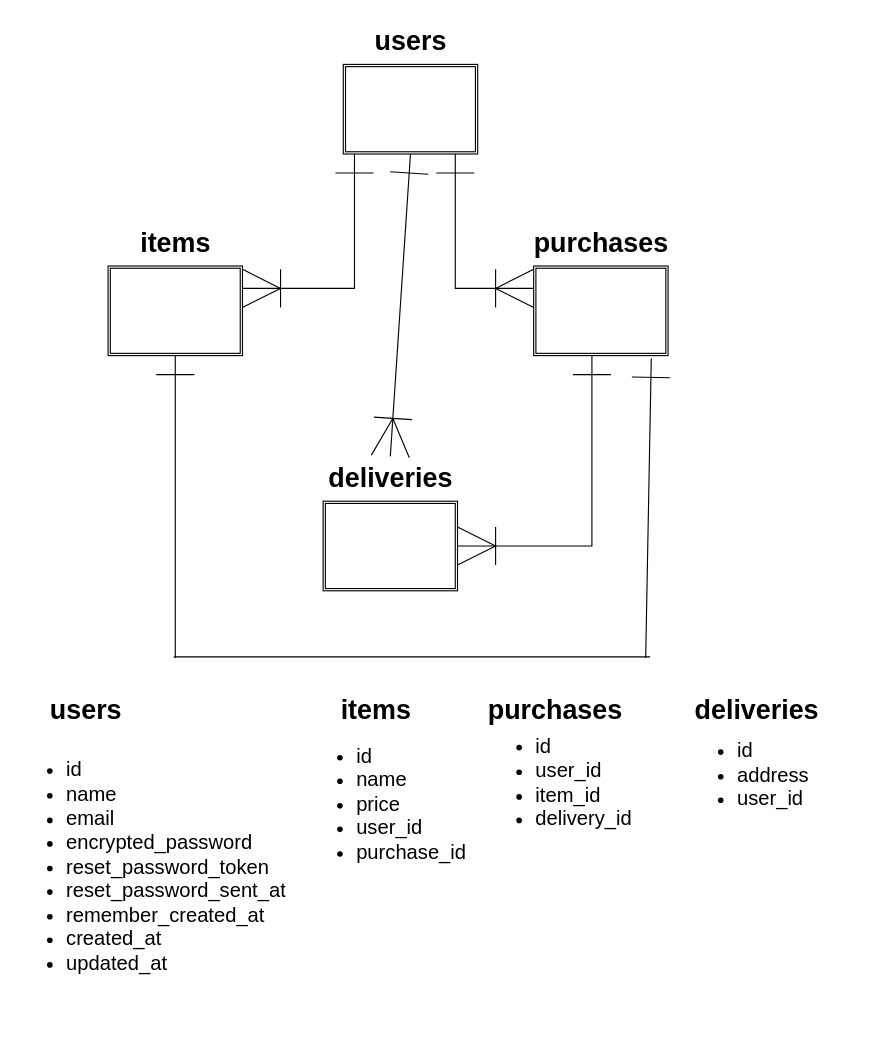
This is db/er.dio from roundshape/furima-40408, a draw.io file, before an edit. Source tidied: cells renumbered, new cells numbered last; positions are measured from the earlier drawing's top-left corner, leaving out a move shared by most shapes. Both pictures are drawn from the tidied source at 112%, with x=0, y=0 at pixel (19, 19).
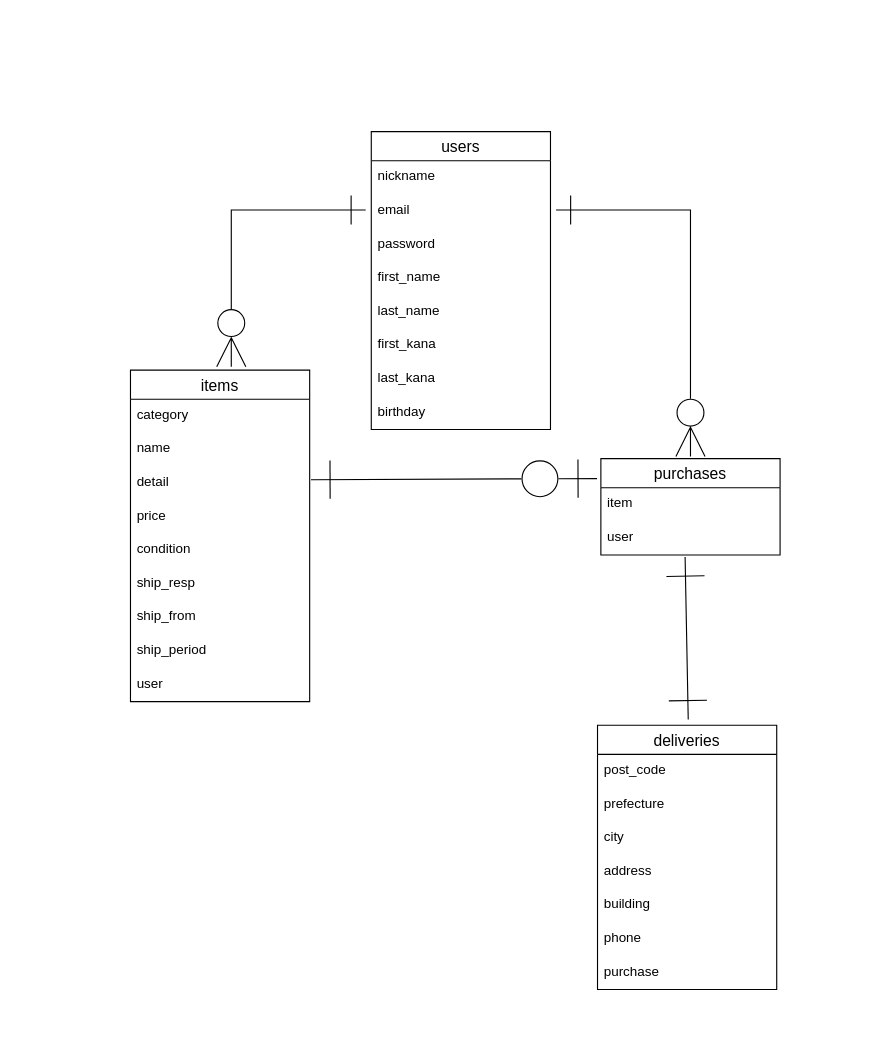
After the change.

Commit message (it also covers changes not shown here):
ER図とREADME.mdの修正

What changed in the source:
```diff
@@
-    <mxCell id="2" style="shape=ext;double=1;rounded=0;whiteSpace=wrap;html=1;" parent="1" vertex="1">
-      <mxGeometry x="289" y="40" width="120" height="80" as="geometry" />
-    </mxCell>
-    <mxCell id="3" value="users" style="text;strokeColor=none;fillColor=none;html=1;fontSize=24;fontStyle=1;verticalAlign=middle;align=center;" parent="1" vertex="1">
-      <mxGeometry x="299" width="100" height="40" as="geometry" />
-    </mxCell>
-    <mxCell id="4" style="shape=ext;double=1;rounded=0;whiteSpace=wrap;html=1;" parent="1" vertex="1">
-      <mxGeometry x="79" y="220" width="120" height="80" as="geometry" />
-    </mxCell>
-    <mxCell id="5" value="items" style="text;strokeColor=none;fillColor=none;html=1;fontSize=24;fontStyle=1;verticalAlign=middle;align=center;" parent="1" vertex="1">
-      <mxGeometry x="89" y="180" width="100" height="40" as="geometry" />
-    </mxCell>
-    <mxCell id="6" style="shape=ext;double=1;rounded=0;whiteSpace=wrap;html=1;" parent="1" vertex="1">
-      <mxGeometry x="459" y="220" width="120" height="80" as="geometry" />
-    </mxCell>
-    <mxCell id="7" value="purchases" style="text;strokeColor=none;fillColor=none;html=1;fontSize=24;fontStyle=1;verticalAlign=middle;align=center;" parent="1" vertex="1">
-      <mxGeometry x="469" y="180" width="100" height="40" as="geometry" />
-    </mxCell>
-    <mxCell id="8" style="shape=ext;double=1;rounded=0;whiteSpace=wrap;html=1;" parent="1" vertex="1">
-      <mxGeometry x="271" y="430" width="120" height="80" as="geometry" />
-    </mxCell>
-    <mxCell id="9" value="deliveries" style="text;strokeColor=none;fillColor=none;html=1;fontSize=24;fontStyle=1;verticalAlign=middle;align=center;" parent="1" vertex="1">
-      <mxGeometry x="281" y="390" width="100" height="40" as="geometry" />
-    </mxCell>
-    <mxCell id="10" style="edgeStyle=segmentEdgeStyle;endArrow=ERone;html=1;curved=0;rounded=0;endSize=32;startSize=32;targetPerimeterSpacing=0;exitX=1;exitY=0.25;exitDx=0;exitDy=0;endFill=0;startArrow=ERoneToMany;startFill=0;" parent="1" edge="1" source="4">
-      <mxGeometry relative="1" as="geometry">
-        <mxPoint x="299" y="120" as="targetPoint" />
-      </mxGeometry>
-    </mxCell>
-    <mxCell id="11" style="endArrow=ERone;html=1;startSize=32;endSize=32;targetPerimeterSpacing=0;exitX=0.5;exitY=0;exitDx=0;exitDy=0;startArrow=ERoneToMany;startFill=0;endFill=0;" parent="1" edge="1" source="9">
+    <mxCell id="11" style="endArrow=ERzeroToOne;html=1;startSize=32;endSize=32;targetPerimeterSpacing=0;startArrow=ERone;startFill=0;endFill=0;entryX=-0.024;entryY=0.873;entryDx=0;entryDy=0;entryPerimeter=0;exitX=1.01;exitY=0.885;exitDx=0;exitDy=0;exitPerimeter=0;" parent="1" edge="1">
       <mxGeometry relative="1" as="geometry">
-        <mxPoint x="349" y="120" as="targetPoint" />
+        <mxPoint x="260.2" y="410.8" as="sourcePoint" />
+        <mxPoint x="515.6" y="409.8" as="targetPoint" />
       </mxGeometry>
     </mxCell>
-    <mxCell id="12" style="edgeStyle=segmentEdgeStyle;endArrow=ERone;html=1;curved=0;rounded=0;endSize=32;startSize=32;targetPerimeterSpacing=0;exitX=0;exitY=0.25;exitDx=0;exitDy=0;endFill=0;startArrow=ERoneToMany;startFill=0;" parent="1" edge="1" source="6">
-      <mxGeometry relative="1" as="geometry">
-        <mxPoint x="389" y="120" as="targetPoint" />
-      </mxGeometry>
-    </mxCell>
-    <mxCell id="13" style="edgeStyle=segmentEdgeStyle;endArrow=ERone;html=1;curved=0;rounded=0;endSize=32;startSize=32;targetPerimeterSpacing=0;exitX=1;exitY=0.5;exitDx=0;exitDy=0;endFill=0;startArrow=ERoneToMany;startFill=0;" parent="1" edge="1" source="8">
-      <mxGeometry relative="1" as="geometry">
-        <mxPoint x="511" y="300" as="targetPoint" />
-        <Array as="points">
-          <mxPoint x="511" y="470" />
-        </Array>
-      </mxGeometry>
-    </mxCell>
-    <mxCell id="14" style="endArrow=ERone;html=1;startSize=32;endSize=32;targetPerimeterSpacing=0;entryX=0.5;entryY=1;entryDx=0;entryDy=0;endFill=0;" parent="1" edge="1" target="4">
-      <mxGeometry relative="1" as="geometry">
-        <mxPoint x="139" y="570" as="sourcePoint" />
-      </mxGeometry>
-    </mxCell>
-    <mxCell id="15" style="endArrow=none;html=1;startSize=32;endSize=32;targetPerimeterSpacing=0;" parent="1" edge="1">
-      <mxGeometry relative="1" as="geometry">
-        <mxPoint x="243" y="569" as="sourcePoint" />
-        <mxPoint x="563" y="569" as="targetPoint" />
-        <Array as="points">
-          <mxPoint x="133" y="569" />
-          <mxPoint x="243" y="569" />
-        </Array>
-      </mxGeometry>
-    </mxCell>
-    <mxCell id="16" style="endArrow=ERone;html=1;startSize=32;endSize=32;targetPerimeterSpacing=0;entryX=0.875;entryY=1.031;entryDx=0;entryDy=0;entryPerimeter=0;endFill=0;" parent="1" edge="1" target="6">
-      <mxGeometry relative="1" as="geometry">
-        <mxPoint x="559" y="570" as="sourcePoint" />
-      </mxGeometry>
-    </mxCell>
-    <mxCell id="17" value="users" style="text;strokeColor=none;fillColor=none;html=1;fontSize=24;fontStyle=1;verticalAlign=middle;align=center;" parent="1" vertex="1">
-      <mxGeometry x="9" y="597" width="100" height="40" as="geometry" />
-    </mxCell>
-    <mxCell id="18" value="&lt;ul style=&quot;font-size: 18px;&quot;&gt;&lt;li&gt;id&lt;/li&gt;&lt;li&gt;name&lt;/li&gt;&lt;li&gt;email&lt;/li&gt;&lt;li&gt;encrypted_password&lt;/li&gt;&lt;li&gt;reset_password_token&lt;/li&gt;&lt;li&gt;reset_password_sent_at&lt;/li&gt;&lt;li&gt;remember_created_at&lt;/li&gt;&lt;li&gt;created_at&lt;/li&gt;&lt;li&gt;updated_at&lt;/li&gt;&lt;/ul&gt;" style="text;strokeColor=none;fillColor=none;html=1;whiteSpace=wrap;verticalAlign=middle;overflow=hidden;" parent="1" vertex="1">
-      <mxGeometry y="607" width="250" height="300" as="geometry" />
-    </mxCell>
-    <mxCell id="19" value="items" style="text;strokeColor=none;fillColor=none;html=1;fontSize=24;fontStyle=1;verticalAlign=middle;align=center;" parent="1" vertex="1">
-      <mxGeometry x="268" y="597" width="100" height="40" as="geometry" />
-    </mxCell>
-    <mxCell id="20" value="&lt;ul style=&quot;font-size: 18px;&quot;&gt;&lt;li&gt;id&lt;/li&gt;&lt;li&gt;name&lt;/li&gt;&lt;li&gt;price&lt;/li&gt;&lt;li&gt;user_id&lt;/li&gt;&lt;li&gt;purchase_id&lt;/li&gt;&lt;/ul&gt;" style="text;strokeColor=none;fillColor=none;html=1;whiteSpace=wrap;verticalAlign=middle;overflow=hidden;" parent="1" vertex="1">
-      <mxGeometry x="259" y="612" width="150" height="178" as="geometry" />
-    </mxCell>
-    <mxCell id="21" value="purchases" style="text;strokeColor=none;fillColor=none;html=1;fontSize=24;fontStyle=1;verticalAlign=middle;align=center;" parent="1" vertex="1">
-      <mxGeometry x="428" y="597" width="100" height="40" as="geometry" />
-    </mxCell>
-    <mxCell id="22" value="&lt;ul style=&quot;font-size: 18px;&quot;&gt;&lt;li&gt;id&lt;/li&gt;&lt;li&gt;user_id&lt;/li&gt;&lt;li&gt;item_id&lt;/li&gt;&lt;li&gt;delivery_id&lt;/li&gt;&lt;/ul&gt;" style="text;strokeColor=none;fillColor=none;html=1;whiteSpace=wrap;verticalAlign=middle;overflow=hidden;" parent="1" vertex="1">
-      <mxGeometry x="419" y="612" width="150" height="140" as="geometry" />
-    </mxCell>
-    <mxCell id="23" value="deliveries" style="text;strokeColor=none;fillColor=none;html=1;fontSize=24;fontStyle=1;verticalAlign=middle;align=center;" parent="1" vertex="1">
-      <mxGeometry x="608" y="597" width="100" height="40" as="geometry" />
-    </mxCell>
-    <mxCell id="24" value="&lt;ul style=&quot;font-size: 18px;&quot;&gt;&lt;li&gt;id&lt;/li&gt;&lt;li&gt;address&lt;/li&gt;&lt;li&gt;user_id&lt;/li&gt;&lt;/ul&gt;" style="text;strokeColor=none;fillColor=none;html=1;whiteSpace=wrap;verticalAlign=middle;overflow=hidden;" parent="1" vertex="1">
-      <mxGeometry x="599" y="605" width="150" height="140" as="geometry" />
-    </mxCell>
+    <mxCell id="25" style="endArrow=ERone;html=1;startArrow=ERone;startFill=0;endFill=0;endSize=32;startSize=32;entryX=0.47;entryY=1.062;entryDx=0;entryDy=0;entryPerimeter=0;" parent="1" edge="1" target="38">
+      <mxGeometry relative="1" as="geometry">
+        <mxPoint x="597" y="625" as="sourcePoint" />
+      </mxGeometry>
+    </mxCell>
+    <mxCell id="26" value="items" style="swimlane;fontStyle=0;horizontal=1;startSize=26;align=center;fontSize=14;fillStyle=solid;" parent="1" vertex="1">
+      <mxGeometry x="99" y="313" width="160" height="296" as="geometry" />
+    </mxCell>
+    <mxCell id="27" value="category" style="text;strokeColor=none;fillColor=none;spacingLeft=4;spacingRight=4;overflow=hidden;fontSize=12;fillStyle=solid;" parent="26" vertex="1">
+      <mxGeometry y="26" width="160" height="30" as="geometry" />
+    </mxCell>
+    <mxCell id="28" value="name" style="text;strokeColor=none;fillColor=none;spacingLeft=4;spacingRight=4;overflow=hidden;fontSize=12;fillStyle=solid;" parent="26" vertex="1">
+      <mxGeometry y="56" width="160" height="30" as="geometry" />
+    </mxCell>
+    <mxCell id="29" value="detail" style="text;strokeColor=none;fillColor=none;spacingLeft=4;spacingRight=4;overflow=hidden;fontSize=12;fillStyle=solid;" parent="26" vertex="1">
+      <mxGeometry y="86" width="160" height="30" as="geometry" />
+    </mxCell>
+    <mxCell id="30" value="price" style="text;strokeColor=none;fillColor=none;spacingLeft=4;spacingRight=4;overflow=hidden;fontSize=12;fillStyle=solid;" parent="26" vertex="1">
+      <mxGeometry y="116" width="160" height="30" as="geometry" />
+    </mxCell>
+    <mxCell id="31" value="condition" style="text;strokeColor=none;fillColor=none;spacingLeft=4;spacingRight=4;overflow=hidden;fontSize=12;fillStyle=solid;" parent="26" vertex="1">
+      <mxGeometry y="146" width="160" height="30" as="geometry" />
+    </mxCell>
+    <mxCell id="32" value="ship_resp" style="text;strokeColor=none;fillColor=none;spacingLeft=4;spacingRight=4;overflow=hidden;fontSize=12;fillStyle=solid;" parent="26" vertex="1">
+      <mxGeometry y="176" width="160" height="30" as="geometry" />
+    </mxCell>
+    <mxCell id="33" value="ship_from" style="text;strokeColor=none;fillColor=none;spacingLeft=4;spacingRight=4;overflow=hidden;fontSize=12;fillStyle=solid;" parent="26" vertex="1">
+      <mxGeometry y="206" width="160" height="30" as="geometry" />
+    </mxCell>
+    <mxCell id="34" value="ship_period" style="text;strokeColor=none;fillColor=none;spacingLeft=4;spacingRight=4;overflow=hidden;fontSize=12;fillStyle=solid;" parent="26" vertex="1">
+      <mxGeometry y="236" width="160" height="30" as="geometry" />
+    </mxCell>
+    <mxCell id="35" value="user" style="text;strokeColor=none;fillColor=none;spacingLeft=4;spacingRight=4;overflow=hidden;fontSize=12;fillStyle=solid;" parent="26" vertex="1">
+      <mxGeometry y="266" width="160" height="30" as="geometry" />
+    </mxCell>
+    <mxCell id="36" value="purchases" style="swimlane;fontStyle=0;horizontal=1;startSize=26;align=center;fontSize=14;fillStyle=solid;" parent="1" vertex="1">
+      <mxGeometry x="519" y="392" width="160" height="86" as="geometry" />
+    </mxCell>
+    <mxCell id="37" value="item" style="text;strokeColor=none;fillColor=none;spacingLeft=4;spacingRight=4;overflow=hidden;fontSize=12;fillStyle=solid;" parent="36" vertex="1">
+      <mxGeometry y="26" width="160" height="30" as="geometry" />
+    </mxCell>
+    <mxCell id="38" value="user" style="text;strokeColor=none;fillColor=none;spacingLeft=4;spacingRight=4;overflow=hidden;points=[[0,0.5],[1,0.5]];portConstraint=eastwest;fontSize=12;fillStyle=solid;" parent="36" vertex="1">
+      <mxGeometry y="56" width="160" height="30" as="geometry" />
+    </mxCell>
+    <mxCell id="39" value="deliveries" style="swimlane;fontStyle=0;horizontal=1;startSize=26;align=center;fontSize=14;fillStyle=solid;" parent="1" vertex="1">
+      <mxGeometry x="516" y="630" width="160" height="236" as="geometry" />
+    </mxCell>
+    <mxCell id="40" value="post_code" style="text;strokeColor=none;fillColor=none;spacingLeft=4;spacingRight=4;overflow=hidden;fontSize=12;fillStyle=solid;" parent="39" vertex="1">
+      <mxGeometry y="26" width="160" height="30" as="geometry" />
+    </mxCell>
+    <mxCell id="41" value="prefecture" style="text;strokeColor=none;fillColor=none;spacingLeft=4;spacingRight=4;overflow=hidden;fontSize=12;fillStyle=solid;" parent="39" vertex="1">
+      <mxGeometry y="56" width="160" height="30" as="geometry" />
+    </mxCell>
+    <mxCell id="42" value="city" style="text;strokeColor=none;fillColor=none;spacingLeft=4;spacingRight=4;overflow=hidden;fontSize=12;fillStyle=solid;" parent="39" vertex="1">
+      <mxGeometry y="86" width="160" height="30" as="geometry" />
+    </mxCell>
+    <mxCell id="43" value="address" style="text;strokeColor=none;fillColor=none;spacingLeft=4;spacingRight=4;overflow=hidden;fontSize=12;fillStyle=solid;" parent="39" vertex="1">
+      <mxGeometry y="116" width="160" height="30" as="geometry" />
+    </mxCell>
+    <mxCell id="44" value="building" style="text;strokeColor=none;fillColor=none;spacingLeft=4;spacingRight=4;overflow=hidden;fontSize=12;fillStyle=solid;" parent="39" vertex="1">
+      <mxGeometry y="146" width="160" height="30" as="geometry" />
+    </mxCell>
+    <mxCell id="45" value="phone" style="text;strokeColor=none;fillColor=none;spacingLeft=4;spacingRight=4;overflow=hidden;fontSize=12;fillStyle=solid;" parent="39" vertex="1">
+      <mxGeometry y="176" width="160" height="30" as="geometry" />
+    </mxCell>
+    <mxCell id="46" value="purchase" style="text;strokeColor=none;fillColor=none;spacingLeft=4;spacingRight=4;overflow=hidden;fontSize=12;fillStyle=solid;" parent="39" vertex="1">
+      <mxGeometry y="206" width="160" height="30" as="geometry" />
+    </mxCell>
+    <mxCell id="47" value="users" style="swimlane;fontStyle=0;horizontal=1;startSize=26;align=center;fontSize=14;fillStyle=solid;" parent="1" vertex="1">
+      <mxGeometry x="314" y="100" width="160" height="266" as="geometry" />
+    </mxCell>
+    <mxCell id="48" value="nickname" style="text;strokeColor=none;fillColor=none;spacingLeft=4;spacingRight=4;overflow=hidden;fontSize=12;fillStyle=solid;" parent="47" vertex="1">
+      <mxGeometry y="26" width="160" height="30" as="geometry" />
+    </mxCell>
+    <mxCell id="49" value="email" style="text;strokeColor=none;fillColor=none;spacingLeft=4;spacingRight=4;overflow=hidden;fontSize=12;fillStyle=solid;" parent="47" vertex="1">
+      <mxGeometry y="56" width="160" height="30" as="geometry" />
+    </mxCell>
+    <mxCell id="50" value="password" style="text;strokeColor=none;fillColor=none;spacingLeft=4;spacingRight=4;overflow=hidden;fontSize=12;fillStyle=solid;" parent="47" vertex="1">
+      <mxGeometry y="86" width="160" height="30" as="geometry" />
+    </mxCell>
+    <mxCell id="51" value="first_name" style="text;strokeColor=none;fillColor=none;spacingLeft=4;spacingRight=4;overflow=hidden;fontSize=12;fillStyle=solid;" parent="47" vertex="1">
+      <mxGeometry y="116" width="160" height="30" as="geometry" />
+    </mxCell>
+    <mxCell id="52" value="last_name" style="text;strokeColor=none;fillColor=none;spacingLeft=4;spacingRight=4;overflow=hidden;fontSize=12;fillStyle=solid;" parent="47" vertex="1">
+      <mxGeometry y="146" width="160" height="30" as="geometry" />
+    </mxCell>
+    <mxCell id="53" value="first_kana" style="text;strokeColor=none;fillColor=none;spacingLeft=4;spacingRight=4;overflow=hidden;fontSize=12;fillStyle=solid;" parent="47" vertex="1">
+      <mxGeometry y="176" width="160" height="30" as="geometry" />
+    </mxCell>
+    <mxCell id="54" value="last_kana" style="text;strokeColor=none;fillColor=none;spacingLeft=4;spacingRight=4;overflow=hidden;fontSize=12;fillStyle=solid;" parent="47" vertex="1">
+      <mxGeometry y="206" width="160" height="30" as="geometry" />
+    </mxCell>
+    <mxCell id="55" value="birthday" style="text;strokeColor=none;fillColor=none;spacingLeft=4;spacingRight=4;overflow=hidden;fontSize=12;fillStyle=solid;" parent="47" vertex="1">
+      <mxGeometry y="236" width="160" height="30" as="geometry" />
+    </mxCell>
+    <mxCell id="56" style="edgeStyle=segmentEdgeStyle;endArrow=ERzeroToMany;html=1;curved=0;rounded=0;endSize=24;startSize=24;endFill=0;startArrow=ERone;startFill=0;" parent="1" edge="1">
+      <mxGeometry relative="1" as="geometry">
+        <mxPoint x="479" y="170" as="sourcePoint" />
+        <mxPoint x="599" y="390" as="targetPoint" />
+      </mxGeometry>
+    </mxCell>
+    <mxCell id="57" style="edgeStyle=segmentEdgeStyle;endArrow=ERzeroToMany;html=1;curved=0;rounded=0;endSize=24;startSize=24;endFill=0;startArrow=ERone;startFill=0;" parent="1" edge="1">
+      <mxGeometry relative="1" as="geometry">
+        <mxPoint x="309" y="170" as="sourcePoint" />
+        <mxPoint x="189" y="310" as="targetPoint" />
+      </mxGeometry>
+    </mxCell>
```
